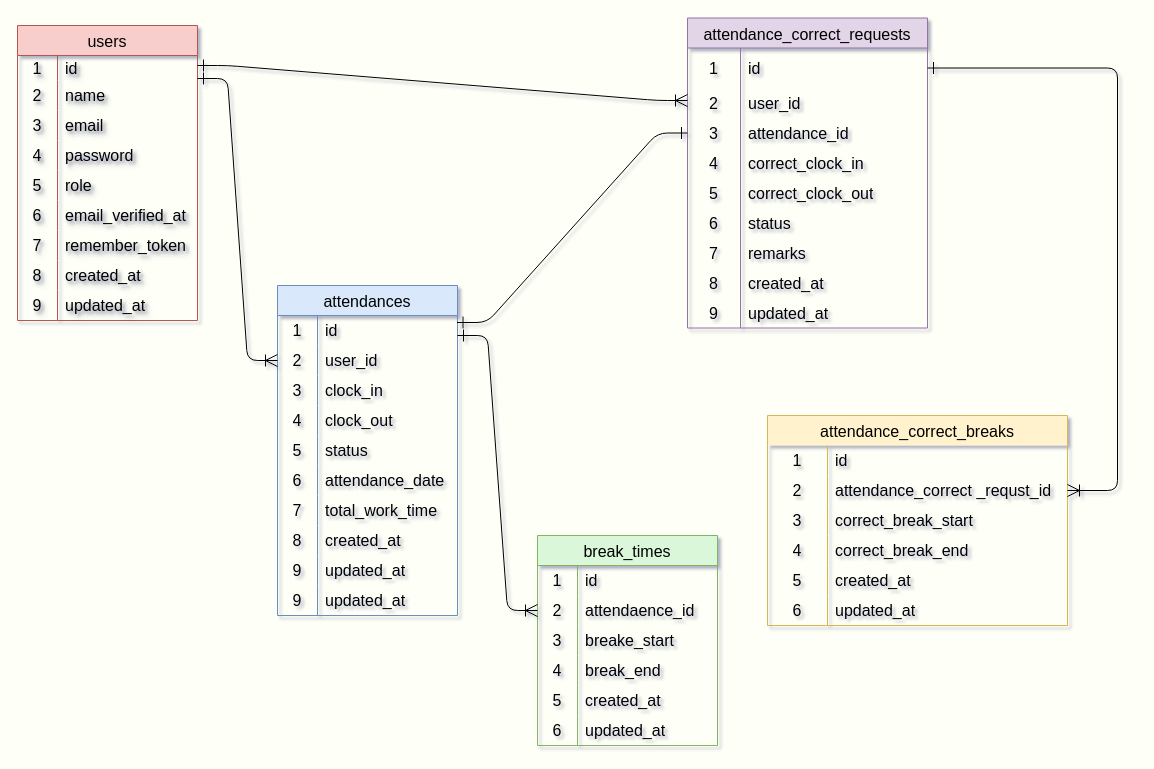
The draw.io diagram .drawio in hiroko4ikeda8/kintaikanri-app, before the edit. Source tidied: cells renumbered, new cells numbered last; positions are measured from the earlier drawing's top-left corner, leaving out a move shared by most shapes. Both pictures are drawn from the tidied source at 100%, with x=0, y=0 at pixel (17, 17).
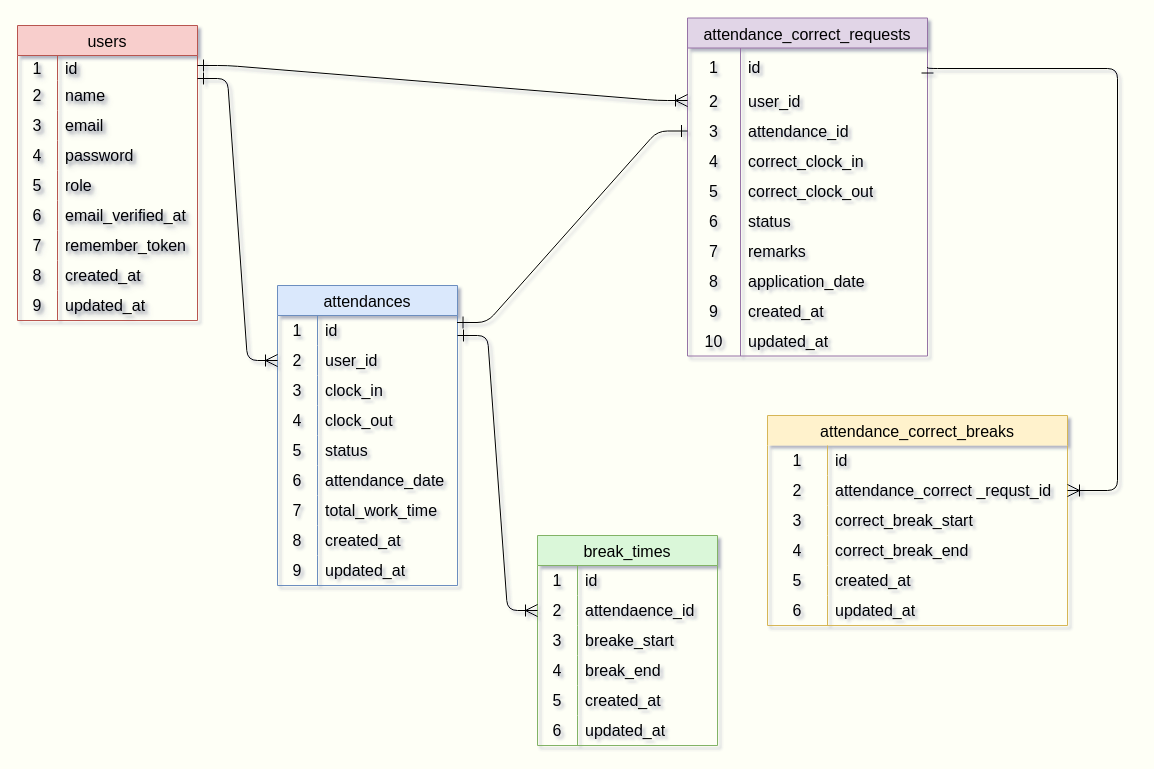
Above is the later version.

The edit, as a diff of the source:
```diff
@@
     <mxCell id="30" value="attendances" style="shape=table;startSize=30;childLayout=tableLayout;rowLines=0;fontStyle=0;strokeColor=#6c8ebf;fontSize=16;fillColor=#dae8fc;" parent="1" vertex="1">
-      <mxGeometry x="260" y="268" width="180" height="330" as="geometry" />
+      <mxGeometry x="260" y="268" width="180" height="300" as="geometry" />
     </mxCell>
@@
-    <mxCell id="58" style="shape=tableRow;horizontal=0;startSize=0;swimlaneHead=0;swimlaneBody=0;top=0;left=0;bottom=0;right=0;fillColor=none;strokeColor=inherit;fontSize=16;" parent="30" vertex="1">
-      <mxGeometry y="300" width="180" height="30" as="geometry" />
-    </mxCell>
-    <mxCell id="59" value="9" style="shape=partialRectangle;html=1;whiteSpace=wrap;fillColor=none;top=0;left=0;bottom=0;right=0;overflow=hidden;strokeColor=inherit;fontSize=16;" parent="58" vertex="1">
-      <mxGeometry width="40" height="30" as="geometry" />
-    </mxCell>
-    <mxCell id="60" value="&lt;span style=&quot;color: rgb(0, 0, 0);&quot;&gt;updated_at&lt;/span&gt;" style="shape=partialRectangle;html=1;whiteSpace=wrap;fillColor=none;top=0;left=0;bottom=0;right=0;align=left;spacingLeft=6;overflow=hidden;strokeColor=inherit;fontSize=16;" parent="58" vertex="1">
-      <mxGeometry x="40" width="140" height="30" as="geometry" />
-    </mxCell>
@@
     <mxCell id="80" value="attendance_correct_requests" style="shape=table;startSize=30;childLayout=tableLayout;rowLines=0;fontStyle=0;strokeColor=#9673a6;fontSize=16;rounded=0;fillColor=#e1d5e7;" parent="1" vertex="1">
-      <mxGeometry x="670" y="0.5" width="240" height="310" as="geometry" />
+      <mxGeometry x="670" y="0.5" width="240" height="338" as="geometry" />
     </mxCell>
     <mxCell id="81" style="shape=tableRow;horizontal=0;startSize=0;swimlaneHead=0;swimlaneBody=0;top=0;left=0;bottom=0;right=0;fillColor=none;points=[[0,0.5],[1,0.5]];portConstraint=eastwest;strokeColor=inherit;fontSize=16;" parent="80" vertex="1">
-      <mxGeometry y="30" width="240" height="40" as="geometry" />
+      <mxGeometry y="30" width="240" height="38" as="geometry" />
     </mxCell>
     <mxCell id="82" value="1" style="shape=partialRectangle;html=1;whiteSpace=wrap;fillColor=none;top=0;left=0;bottom=0;right=0;overflow=hidden;strokeColor=inherit;fontSize=16;" parent="81" vertex="1">
-      <mxGeometry width="53" height="40" as="geometry" />
+      <mxGeometry width="53" height="38" as="geometry" />
     </mxCell>
     <mxCell id="83" value="id" style="shape=partialRectangle;html=1;whiteSpace=wrap;fillColor=none;top=0;left=0;bottom=0;right=0;align=left;spacingLeft=6;overflow=hidden;strokeColor=inherit;fontSize=16;" parent="81" vertex="1">
-      <mxGeometry x="53" width="187" height="40" as="geometry" />
+      <mxGeometry x="53" width="187" height="38" as="geometry" />
     </mxCell>
     <mxCell id="84" style="shape=tableRow;horizontal=0;startSize=0;swimlaneHead=0;swimlaneBody=0;top=0;left=0;bottom=0;right=0;fillColor=none;strokeColor=inherit;fontSize=16;" parent="80" vertex="1">
-      <mxGeometry y="70" width="240" height="30" as="geometry" />
+      <mxGeometry y="68" width="240" height="30" as="geometry" />
     </mxCell>
@@
     <mxCell id="87" style="shape=tableRow;horizontal=0;startSize=0;swimlaneHead=0;swimlaneBody=0;top=0;left=0;bottom=0;right=0;fillColor=none;points=[[0,0.5],[1,0.5]];portConstraint=eastwest;strokeColor=inherit;fontSize=16;" parent="80" vertex="1">
-      <mxGeometry y="100" width="240" height="30" as="geometry" />
+      <mxGeometry y="98" width="240" height="30" as="geometry" />
     </mxCell>
@@
     <mxCell id="90" style="shape=tableRow;horizontal=0;startSize=0;swimlaneHead=0;swimlaneBody=0;top=0;left=0;bottom=0;right=0;fillColor=none;strokeColor=inherit;fontSize=16;" parent="80" vertex="1">
-      <mxGeometry y="130" width="240" height="30" as="geometry" />
+      <mxGeometry y="128" width="240" height="30" as="geometry" />
     </mxCell>
@@
     <mxCell id="93" style="shape=tableRow;horizontal=0;startSize=0;swimlaneHead=0;swimlaneBody=0;top=0;left=0;bottom=0;right=0;fillColor=none;strokeColor=inherit;fontSize=16;" parent="80" vertex="1">
-      <mxGeometry y="160" width="240" height="30" as="geometry" />
+      <mxGeometry y="158" width="240" height="30" as="geometry" />
     </mxCell>
@@
     <mxCell id="96" style="shape=tableRow;horizontal=0;startSize=0;swimlaneHead=0;swimlaneBody=0;top=0;left=0;bottom=0;right=0;fillColor=none;strokeColor=inherit;fontSize=16;" parent="80" vertex="1">
-      <mxGeometry y="190" width="240" height="30" as="geometry" />
+      <mxGeometry y="188" width="240" height="30" as="geometry" />
     </mxCell>
@@
     <mxCell id="99" style="shape=tableRow;horizontal=0;startSize=0;swimlaneHead=0;swimlaneBody=0;top=0;left=0;bottom=0;right=0;fillColor=none;strokeColor=inherit;fontSize=16;" parent="80" vertex="1">
-      <mxGeometry y="220" width="240" height="30" as="geometry" />
+      <mxGeometry y="218" width="240" height="30" as="geometry" />
     </mxCell>
@@
     <mxCell id="102" style="shape=tableRow;horizontal=0;startSize=0;swimlaneHead=0;swimlaneBody=0;top=0;left=0;bottom=0;right=0;fillColor=none;strokeColor=inherit;fontSize=16;" parent="80" vertex="1">
-      <mxGeometry y="250" width="240" height="30" as="geometry" />
+      <mxGeometry y="248" width="240" height="30" as="geometry" />
     </mxCell>
@@
-    <mxCell id="104" value="created_at" style="shape=partialRectangle;html=1;whiteSpace=wrap;fillColor=none;top=0;left=0;bottom=0;right=0;align=left;spacingLeft=6;overflow=hidden;strokeColor=inherit;fontSize=16;" parent="102" vertex="1">
+    <mxCell id="104" value="application_date" style="shape=partialRectangle;html=1;whiteSpace=wrap;fillColor=none;top=0;left=0;bottom=0;right=0;align=left;spacingLeft=6;overflow=hidden;strokeColor=inherit;fontSize=16;" parent="102" vertex="1">
       <mxGeometry x="53" width="187" height="30" as="geometry" />
     </mxCell>
     <mxCell id="105" style="shape=tableRow;horizontal=0;startSize=0;swimlaneHead=0;swimlaneBody=0;top=0;left=0;bottom=0;right=0;fillColor=none;strokeColor=inherit;fontSize=16;" parent="80" vertex="1">
-      <mxGeometry y="280" width="240" height="30" as="geometry" />
+      <mxGeometry y="278" width="240" height="30" as="geometry" />
     </mxCell>
@@
-    <mxCell id="107" value="updated_at" style="shape=partialRectangle;html=1;whiteSpace=wrap;fillColor=none;top=0;left=0;bottom=0;right=0;align=left;spacingLeft=6;overflow=hidden;strokeColor=inherit;fontSize=16;" parent="105" vertex="1">
+    <mxCell id="107" value="&lt;span style=&quot;color: rgb(0, 0, 0);&quot;&gt;created_at&lt;/span&gt;" style="shape=partialRectangle;html=1;whiteSpace=wrap;fillColor=none;top=0;left=0;bottom=0;right=0;align=left;spacingLeft=6;overflow=hidden;strokeColor=inherit;fontSize=16;" parent="105" vertex="1">
       <mxGeometry x="53" width="187" height="30" as="geometry" />
     </mxCell>
+    <mxCell id="132" style="shape=tableRow;horizontal=0;startSize=0;swimlaneHead=0;swimlaneBody=0;top=0;left=0;bottom=0;right=0;fillColor=none;strokeColor=inherit;fontSize=16;" parent="80" vertex="1">
+      <mxGeometry y="308" width="240" height="30" as="geometry" />
+    </mxCell>
+    <mxCell id="133" value="10" style="shape=partialRectangle;html=1;whiteSpace=wrap;fillColor=none;top=0;left=0;bottom=0;right=0;overflow=hidden;strokeColor=inherit;fontSize=16;" parent="132" vertex="1">
+      <mxGeometry width="53" height="30" as="geometry" />
+    </mxCell>
+    <mxCell id="60" value="updated_at" style="shape=partialRectangle;html=1;whiteSpace=wrap;fillColor=none;top=0;left=0;bottom=0;right=0;align=left;spacingLeft=6;overflow=hidden;strokeColor=inherit;fontSize=16;" parent="132" vertex="1">
+      <mxGeometry x="53" width="187" height="30" as="geometry" />
+    </mxCell>
```
